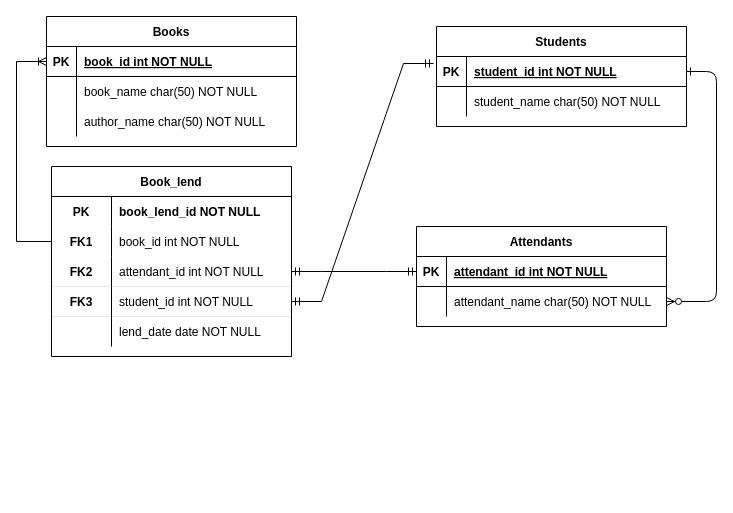
Above: Untitled Diagram.drawio in jhumer-apus/ERD (draw.io), before the change. Source tidied: cells renumbered, new cells numbered last; positions are measured from the earlier drawing's top-left corner, leaving out a move shared by most shapes. Both pictures are drawn from the tidied source at 100%, with x=0, y=0 at pixel (16, 16).
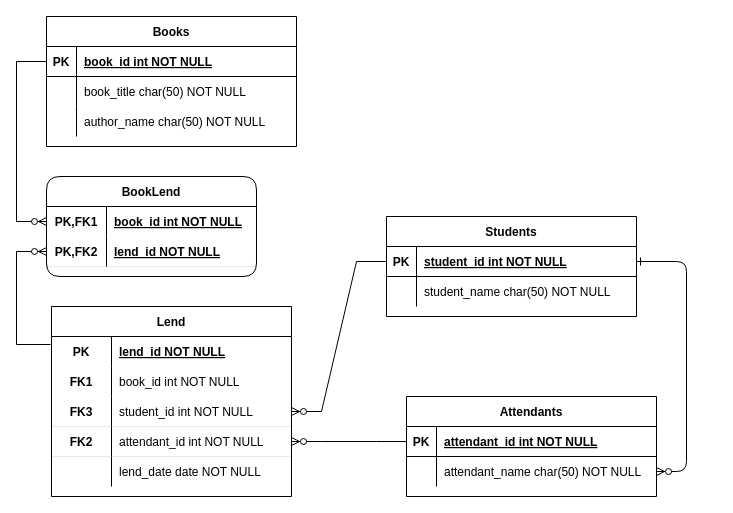
The same diagram, later.

The change refers to these unchanged cells:
```xml
<mxCell id="4" style="shape=partialRectangle;fillColor=none;points=[[0,0.5],[1,0.5]];portConstraint=eastwest;top=0;left=0;right=0;bottom=1;" parent="3" vertex="1">
  <mxGeometry y="30" width="250" height="30" as="geometry" />
</mxCell>
<mxCell id="11" style="shape=partialRectangle;fillColor=none;points=[[0,0.5],[1,0.5]];portConstraint=eastwest;top=0;left=0;right=0;bottom=1;" parent="10" vertex="1">
  <mxGeometry y="30" width="250" height="30" as="geometry" />
</mxCell>
<mxCell id="18" style="shape=partialRectangle;fillColor=none;points=[[0,0.5],[1,0.5]];portConstraint=eastwest;top=0;left=0;right=0;bottom=1;" parent="17" vertex="1">
  <mxGeometry y="30" width="250" height="30" as="geometry" />
</mxCell>
<mxCell id="21" style="shape=partialRectangle;fillColor=none;top=0;left=0;right=0;bottom=0;" parent="17" vertex="1">
  <mxGeometry y="60" width="250" height="30" as="geometry" />
</mxCell>
<mxCell id="28" style="shape=tableRow;horizontal=0;startSize=0;swimlaneHead=0;swimlaneBody=0;fillColor=none;points=[[0,0.5],[1,0.5]];portConstraint=eastwest;top=0;left=0;right=0;bottom=0;" parent="27" vertex="1">
  <mxGeometry y="30" width="240" height="30" as="geometry" />
</mxCell>
<mxCell id="31" style="shape=tableRow;horizontal=0;startSize=0;swimlaneHead=0;swimlaneBody=0;fillColor=none;points=[[0,0.5],[1,0.5]];portConstraint=eastwest;top=0;left=0;right=0;bottom=0;" parent="27" vertex="1">
  <mxGeometry y="60" width="240" height="30" as="geometry" />
</mxCell>
```

Change to the diagram source:
```diff
@@
     <mxCell id="3" value="Students" style="shape=table;startSize=30;childLayout=tableLayout;rowLines=0;fontStyle=1;align=center;" parent="1" vertex="1">
-      <mxGeometry x="420" y="10" width="250" height="100" as="geometry" />
+      <mxGeometry x="370" y="200" width="250" height="100" as="geometry" />
     </mxCell>
@@
     <mxCell id="10" value="Attendants" style="shape=table;startSize=30;childLayout=tableLayout;rowLines=0;fontStyle=1;align=center;" parent="1" vertex="1">
-      <mxGeometry x="400" y="210" width="250" height="100" as="geometry" />
+      <mxGeometry x="390" y="380" width="250" height="100" as="geometry" />
     </mxCell>
@@
-    <mxCell id="23" value="book_name char(50) NOT NULL" style="shape=partialRectangle;overflow=hidden;fillColor=none;top=0;left=0;bottom=0;right=0;align=left;spacingLeft=6;" parent="21" vertex="1">
+    <mxCell id="23" value="book_title char(50) NOT NULL" style="shape=partialRectangle;overflow=hidden;fillColor=none;top=0;left=0;bottom=0;right=0;align=left;spacingLeft=6;" parent="21" vertex="1">
       <mxGeometry x="30" width="220" height="30" as="geometry" />
     </mxCell>
@@
-    <mxCell id="27" value="Book_lend" style="shape=table;startSize=30;childLayout=tableLayout;rowLines=0;fontStyle=1;align=center;" parent="1" vertex="1">
-      <mxGeometry x="35" y="150" width="240" height="190" as="geometry" />
+    <mxCell id="27" value="Lend" style="shape=table;startSize=30;childLayout=tableLayout;rowLines=0;fontStyle=1;align=center;" parent="1" vertex="1">
+      <mxGeometry x="35" y="290" width="240" height="190" as="geometry" />
     </mxCell>
@@
-    <mxCell id="30" value="book_lend_id NOT NULL" style="shape=partialRectangle;fillColor=none;top=0;left=0;bottom=0;right=0;align=left;spacingLeft=6;overflow=hidden;fontStyle=1;" parent="28" vertex="1">
+    <mxCell id="30" value="lend_id NOT NULL" style="shape=partialRectangle;fillColor=none;top=0;left=0;bottom=0;right=0;align=left;spacingLeft=6;overflow=hidden;fontStyle=5;" parent="28" vertex="1">
       <mxGeometry x="60" width="180" height="30" as="geometry" />
     </mxCell>
@@
+    <mxCell id="37" style="shape=tableRow;horizontal=0;startSize=0;swimlaneHead=0;swimlaneBody=0;fillColor=none;points=[[0,0.5],[1,0.5]];portConstraint=eastwest;top=0;left=0;right=0;bottom=1;strokeWidth=0;" parent="27" vertex="1">
+      <mxGeometry y="90" width="240" height="30" as="geometry" />
+    </mxCell>
+    <mxCell id="38" value="FK3" style="shape=partialRectangle;fillColor=none;top=0;left=0;bottom=0;right=0;fontStyle=1;overflow=hidden;" parent="37" vertex="1">
+      <mxGeometry width="60" height="30" as="geometry" />
+    </mxCell>
+    <mxCell id="39" value="student_id int NOT NULL" style="shape=partialRectangle;fillColor=none;top=0;left=0;bottom=0;right=0;align=left;spacingLeft=6;fontStyle=0;overflow=hidden;" parent="37" vertex="1">
+      <mxGeometry x="60" width="180" height="30" as="geometry" />
+    </mxCell>
     <mxCell id="34" style="shape=tableRow;horizontal=0;startSize=0;swimlaneHead=0;swimlaneBody=0;fillColor=none;points=[[0,0.5],[1,0.5]];portConstraint=eastwest;top=0;left=0;right=0;bottom=1;dashed=1;dashPattern=1 4;strokeWidth=0;" parent="27" vertex="1">
-      <mxGeometry y="90" width="240" height="30" as="geometry" />
+      <mxGeometry y="120" width="240" height="30" as="geometry" />
     </mxCell>
@@
-    <mxCell id="37" style="shape=tableRow;horizontal=0;startSize=0;swimlaneHead=0;swimlaneBody=0;fillColor=none;points=[[0,0.5],[1,0.5]];portConstraint=eastwest;top=0;left=0;right=0;bottom=1;strokeWidth=0;" parent="27" vertex="1">
-      <mxGeometry y="120" width="240" height="30" as="geometry" />
-    </mxCell>
-    <mxCell id="38" value="FK3" style="shape=partialRectangle;fillColor=none;top=0;left=0;bottom=0;right=0;fontStyle=1;overflow=hidden;" parent="37" vertex="1">
-      <mxGeometry width="60" height="30" as="geometry" />
-    </mxCell>
-    <mxCell id="39" value="student_id int NOT NULL" style="shape=partialRectangle;fillColor=none;top=0;left=0;bottom=0;right=0;align=left;spacingLeft=6;fontStyle=0;overflow=hidden;" parent="37" vertex="1">
-      <mxGeometry x="60" width="180" height="30" as="geometry" />
-    </mxCell>
@@
-    <mxCell id="43" style="edgeStyle=entityRelationEdgeStyle;fontSize=12;html=1;endArrow=ERmandOne;startArrow=ERmandOne;rounded=0;entryX=-0.012;entryY=0.233;entryDx=0;entryDy=0;entryPerimeter=0;" parent="1" edge="1" source="37" target="4">
-      <mxGeometry relative="1" as="geometry" />
-    </mxCell>
-    <mxCell id="44" style="edgeStyle=entityRelationEdgeStyle;fontSize=12;html=1;endArrow=ERmandOne;startArrow=ERmandOne;rounded=0;entryX=0;entryY=0.5;entryDx=0;entryDy=0;exitX=1;exitY=0.5;exitDx=0;exitDy=0;" parent="1" edge="1" source="34" target="11">
-      <mxGeometry relative="1" as="geometry" />
-    </mxCell>
-    <mxCell id="45" style="edgeStyle=orthogonalEdgeStyle;fontSize=12;html=1;endArrow=ERoneToMany;rounded=0;entryX=0;entryY=0.5;entryDx=0;entryDy=0;exitX=0;exitY=0.5;exitDx=0;exitDy=0;" parent="1" edge="1" source="31" target="18">
-      <mxGeometry relative="1" as="geometry">
-        <Array as="points">
-          <mxPoint y="225" />
-          <mxPoint y="45" />
-        </Array>
-      </mxGeometry>
-    </mxCell>
+    <mxCell id="46" style="edgeStyle=entityRelationEdgeStyle;fontSize=12;html=1;endArrow=ERzeroToMany;endFill=1;rounded=0;" parent="1" edge="1" source="4" target="37">
+      <mxGeometry relative="1" as="geometry" />
+    </mxCell>
+    <mxCell id="47" style="edgeStyle=entityRelationEdgeStyle;fontSize=12;html=1;endArrow=ERzeroToMany;endFill=1;rounded=0;entryX=1;entryY=0.5;entryDx=0;entryDy=0;" parent="1" edge="1" source="11" target="34">
+      <mxGeometry relative="1" as="geometry" />
+    </mxCell>
+    <mxCell id="48" value="BookLend" style="shape=table;startSize=30;childLayout=tableLayout;rowLines=0;fontStyle=1;align=center;rounded=1;strokeWidth=1;" parent="1" vertex="1">
+      <mxGeometry x="30" y="160" width="210" height="100" as="geometry" />
+    </mxCell>
+    <mxCell id="49" style="shape=tableRow;horizontal=0;startSize=0;swimlaneHead=0;swimlaneBody=0;fillColor=none;points=[[0,0.5],[1,0.5]];portConstraint=eastwest;top=0;left=0;right=0;bottom=0;rounded=1;strokeWidth=1;" parent="48" vertex="1">
+      <mxGeometry y="30" width="210" height="30" as="geometry" />
+    </mxCell>
+    <mxCell id="50" value="PK,FK1" style="shape=partialRectangle;fillColor=none;top=0;left=0;bottom=0;right=0;fontStyle=1;overflow=hidden;rounded=1;strokeWidth=1;" parent="49" vertex="1">
+      <mxGeometry width="60" height="30" as="geometry" />
+    </mxCell>
+    <mxCell id="51" value="book_id int NOT NULL" style="shape=partialRectangle;fillColor=none;top=0;left=0;bottom=0;right=0;align=left;spacingLeft=6;fontStyle=5;overflow=hidden;rounded=1;strokeWidth=1;" parent="49" vertex="1">
+      <mxGeometry x="60" width="150" height="30" as="geometry" />
+    </mxCell>
+    <mxCell id="52" style="shape=tableRow;horizontal=0;startSize=0;swimlaneHead=0;swimlaneBody=0;fillColor=none;points=[[0,0.5],[1,0.5]];portConstraint=eastwest;top=0;left=0;right=0;bottom=1;rounded=1;strokeWidth=0;" parent="48" vertex="1">
+      <mxGeometry y="60" width="210" height="30" as="geometry" />
+    </mxCell>
+    <mxCell id="53" value="PK,FK2" style="shape=partialRectangle;fillColor=none;top=0;left=0;bottom=0;right=0;fontStyle=1;overflow=hidden;rounded=1;strokeWidth=1;" parent="52" vertex="1">
+      <mxGeometry width="60" height="30" as="geometry" />
+    </mxCell>
+    <mxCell id="54" value="lend_id NOT NULL" style="shape=partialRectangle;fillColor=none;top=0;left=0;bottom=0;right=0;align=left;spacingLeft=6;fontStyle=5;overflow=hidden;rounded=1;strokeWidth=1;" parent="52" vertex="1">
+      <mxGeometry x="60" width="150" height="30" as="geometry" />
+    </mxCell>
+    <mxCell id="55" style="edgeStyle=orthogonalEdgeStyle;fontSize=12;html=1;endArrow=ERzeroToMany;endFill=1;rounded=0;entryX=0;entryY=0.5;entryDx=0;entryDy=0;exitX=0;exitY=0.5;exitDx=0;exitDy=0;" parent="1" edge="1" source="18" target="49">
+      <mxGeometry relative="1" as="geometry">
+        <Array as="points">
+          <mxPoint y="45" />
+          <mxPoint y="205" />
+        </Array>
+      </mxGeometry>
+    </mxCell>
+    <mxCell id="56" style="edgeStyle=orthogonalEdgeStyle;fontSize=12;html=1;endArrow=ERzeroToMany;endFill=1;rounded=0;entryX=0;entryY=0.5;entryDx=0;entryDy=0;exitX=-0.004;exitY=0.267;exitDx=0;exitDy=0;exitPerimeter=0;" parent="1" edge="1" source="28" target="52">
+      <mxGeometry relative="1" as="geometry">
+        <Array as="points">
+          <mxPoint y="328" />
+          <mxPoint y="235" />
+        </Array>
+      </mxGeometry>
+    </mxCell>
```
